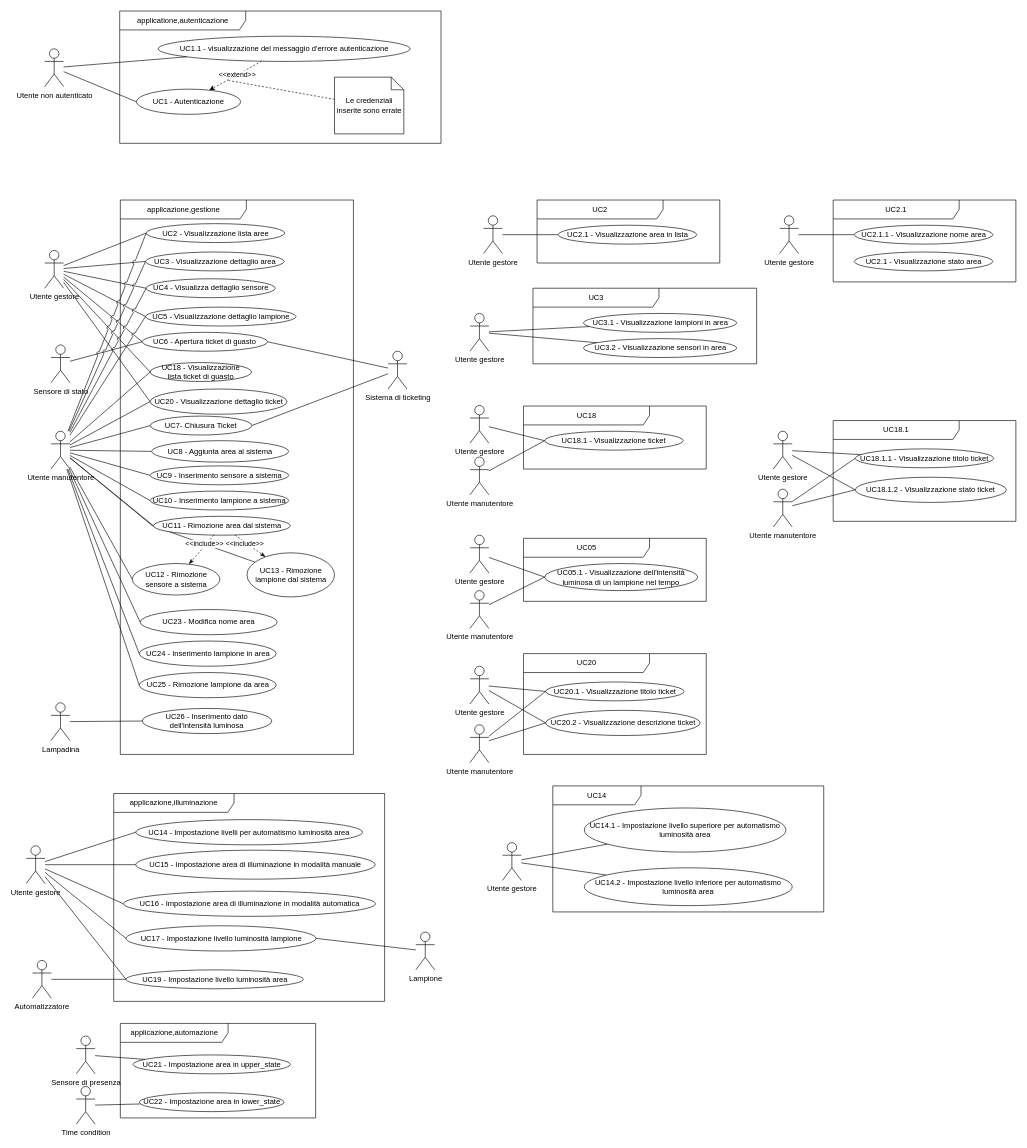
Before: page "OK" (1 of 8) of casi_uso_grafici.drawio in SWEasabi/analisi-dei-requisiti, a draw.io diagram. Source tidied: cells renumbered, new cells numbered last; positions are measured from the earlier drawing's top-left corner, leaving out a move shared by most shapes. Both pictures are drawn from the tidied source at 63%, with x=0, y=0 at pixel (26, 11).
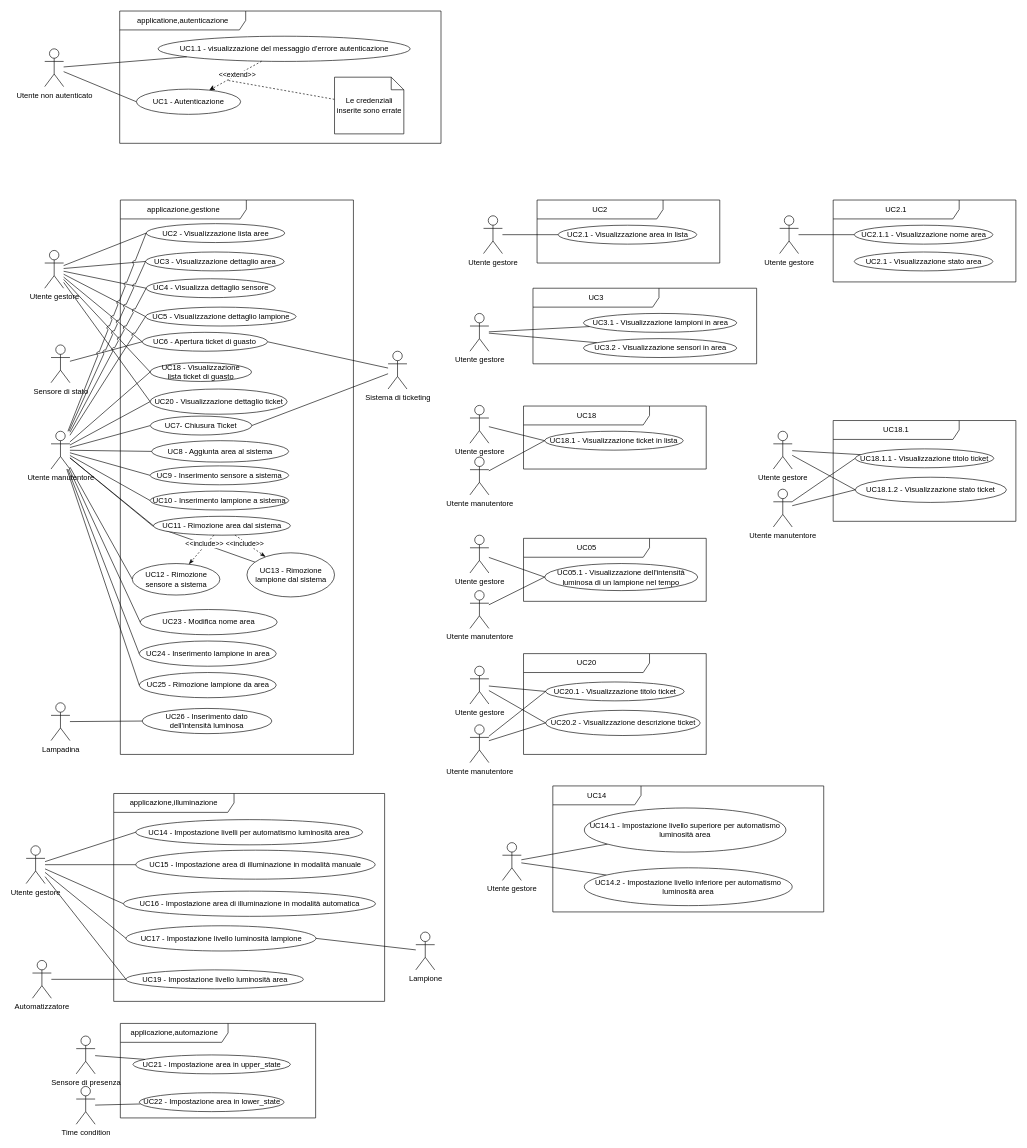
The same page after the edit.

Commit message:
correzione titolo uc

The edit, as a diff of the source:
```diff
@@
-    <mxCell id="98" value="UC18.1 - Visualizzazione ticket" style="ellipse;whiteSpace=wrap;html=1;" parent="1" vertex="1">
+    <mxCell id="98" value="UC18.1 - Visualizzazione ticket in lista" style="ellipse;whiteSpace=wrap;html=1;" parent="1" vertex="1">
       <mxGeometry x="823" y="667" width="220" height="30" as="geometry" />
     </mxCell>
```
